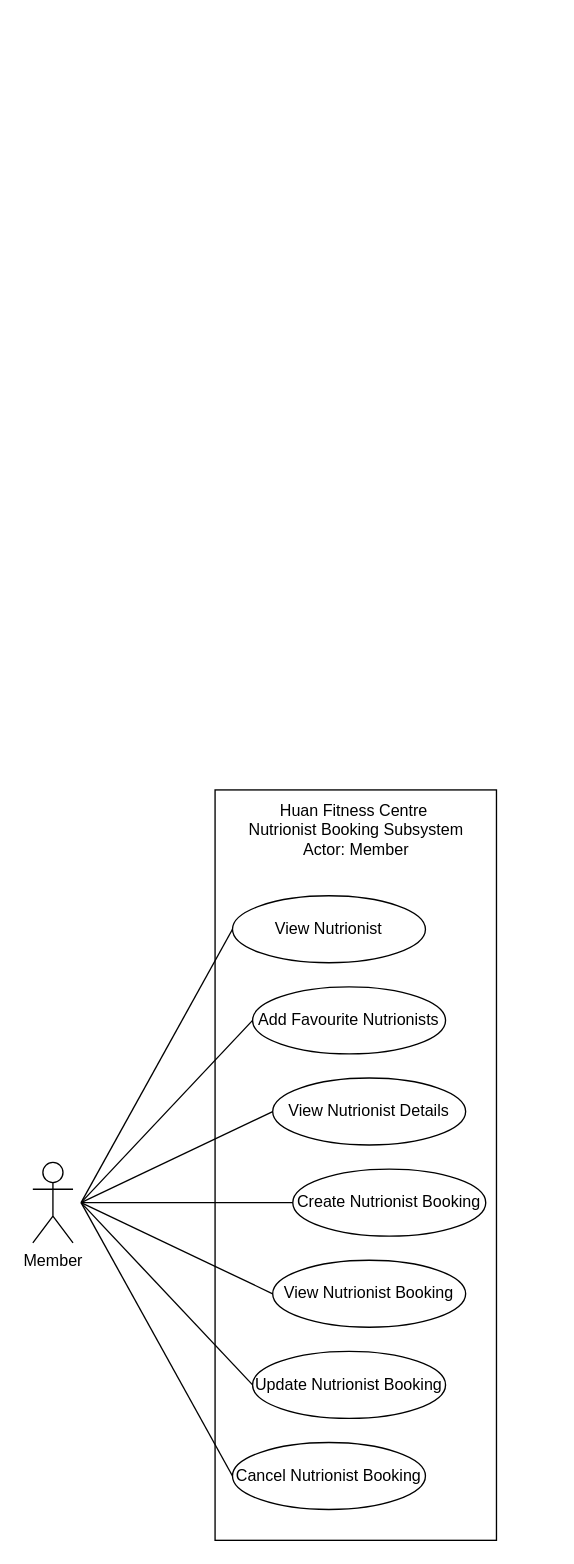
Before: page "Nutrionist Booking" (14 of 18) of diagrams/Use Case Diagram.drawio in iZ86/DIT2153WD, a draw.io diagram. Source tidied: cells renumbered, new cells numbered last; positions are measured from the earlier drawing's top-left corner, leaving out a move shared by most shapes. Both pictures are drawn from the tidied source at 134%, with x=0, y=0 at pixel (32, 789).
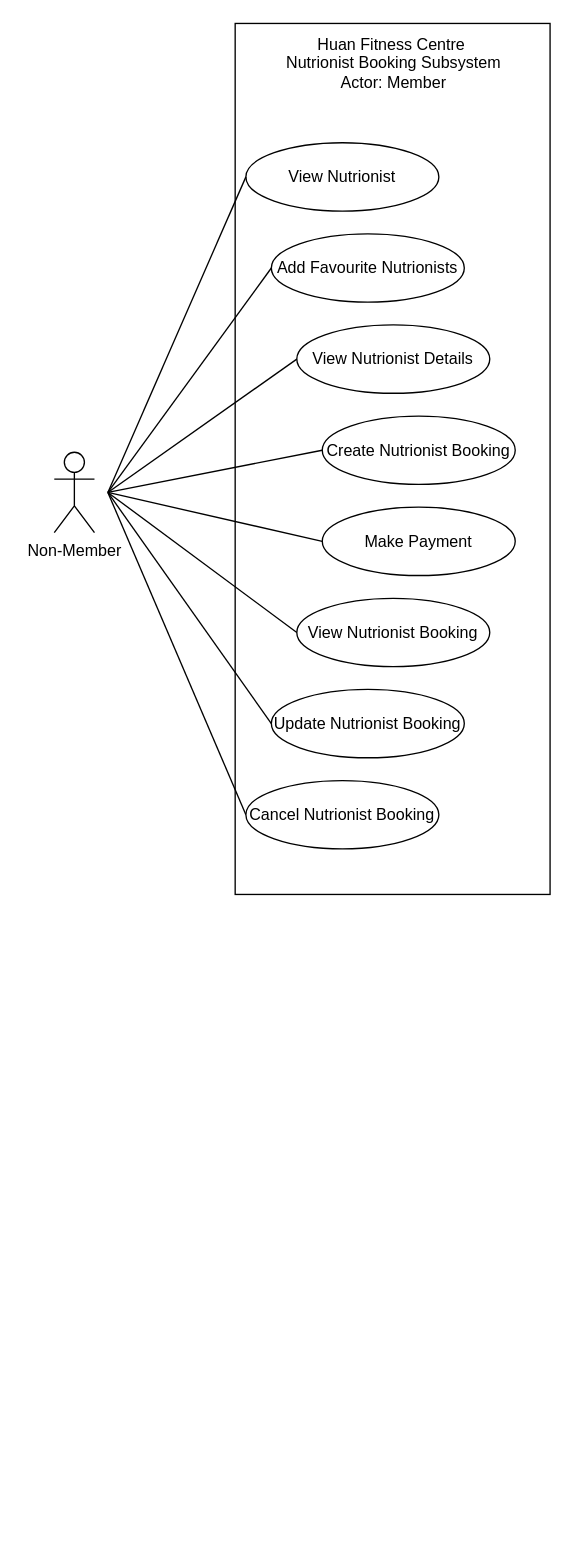
After the change.

Commit message:
Add Make Payment to Nutrionist Booking Subsystem

What changed in the source:
```diff
@@
-    <mxCell id="2" style="rounded=0;whiteSpace=wrap;html=1;" parent="1" vertex="1">
-      <mxGeometry x="136" width="210" height="560" as="geometry" />
-    </mxCell>
+    <mxCell id="19" style="rounded=0;whiteSpace=wrap;html=1;" parent="1" vertex="1">
+      <mxGeometry x="151" y="-572" width="235" height="650" as="geometry" />
+    </mxCell>
+    <mxCell id="17" value="View Nutrionist" style="ellipse;whiteSpace=wrap;html=1;" parent="1" vertex="1">
+      <mxGeometry x="159" y="-483" width="144" height="51" as="geometry" />
+    </mxCell>
+    <mxCell id="20" style="rounded=0;jettySize=auto;html=1;endArrow=none;endFill=0;exitX=0;exitY=0.5;exitDx=0;exitDy=0;" parent="1" edge="1" source="18">
+      <mxGeometry relative="1" as="geometry">
+        <mxPoint x="56" y="-222" as="targetPoint" />
+      </mxGeometry>
+    </mxCell>
+    <mxCell id="18" value="Add Favourite Nutrionists" style="ellipse;whiteSpace=wrap;html=1;" parent="1" vertex="1">
+      <mxGeometry x="178" y="-415" width="144" height="51" as="geometry" />
+    </mxCell>
     <mxCell id="3" value="View Nutrionist Details" style="ellipse;whiteSpace=wrap;html=1;" parent="1" vertex="1">
-      <mxGeometry x="179" y="215" width="144" height="50" as="geometry" />
+      <mxGeometry x="197" y="-347" width="144" height="51" as="geometry" />
     </mxCell>
-    <mxCell id="4" value="Create Nutrionist Booking" style="ellipse;whiteSpace=wrap;html=1;" parent="1" vertex="1">
-      <mxGeometry x="194" y="283" width="144" height="50" as="geometry" />
-    </mxCell>
+    <mxCell id="21" style="rounded=0;jettySize=auto;html=1;endArrow=none;endFill=0;exitX=0;exitY=0.5;exitDx=0;exitDy=0;" parent="1" edge="1" source="7">
+      <mxGeometry relative="1" as="geometry">
+        <mxPoint x="56" y="-222" as="targetPoint" />
+      </mxGeometry>
+    </mxCell>
+    <mxCell id="7" value="Update Nutrionist Booking" style="ellipse;whiteSpace=wrap;html=1;" parent="1" vertex="1">
+      <mxGeometry x="178" y="-75" width="144" height="51" as="geometry" />
+    </mxCell>
     <mxCell id="5" value="View Nutrionist Booking" style="ellipse;whiteSpace=wrap;html=1;" parent="1" vertex="1">
-      <mxGeometry x="179" y="351" width="144" height="50" as="geometry" />
+      <mxGeometry x="197" y="-143" width="144" height="51" as="geometry" />
     </mxCell>
     <mxCell id="6" value="&lt;div&gt;Huan Fitness Centre&amp;nbsp;&lt;/div&gt;&lt;div&gt;Nutrionist Booking Subsystem&lt;/div&gt;&lt;div&gt;Actor: Member&lt;br&gt;&lt;/div&gt;" style="text;html=1;align=center;verticalAlign=middle;strokeColor=none;fillColor=none;" parent="1" vertex="1">
-      <mxGeometry x="151" width="180" height="60" as="geometry" />
+      <mxGeometry x="179" y="-572" width="180" height="60" as="geometry" />
     </mxCell>
-    <mxCell id="7" value="Update Nutrionist Booking" style="ellipse;whiteSpace=wrap;html=1;" parent="1" vertex="1">
-      <mxGeometry x="164" y="419" width="144" height="50" as="geometry" />
-    </mxCell>
+    <mxCell id="4" value="Create Nutrionist Booking" style="ellipse;whiteSpace=wrap;html=1;" parent="1" vertex="1">
+      <mxGeometry x="216" y="-279" width="144" height="51" as="geometry" />
+    </mxCell>
+    <mxCell id="22" style="rounded=0;jettySize=auto;html=1;endArrow=none;endFill=0;exitX=0;exitY=0.5;exitDx=0;exitDy=0;" parent="1" edge="1" source="23">
+      <mxGeometry relative="1" as="geometry">
+        <mxPoint x="56" y="-222" as="targetPoint" />
+      </mxGeometry>
+    </mxCell>
+    <mxCell id="23" value="Make Payment" style="ellipse;whiteSpace=wrap;html=1;" parent="1" vertex="1">
+      <mxGeometry x="216" y="-211" width="144" height="51" as="geometry" />
+    </mxCell>
+    <mxCell id="24" style="rounded=0;jettySize=auto;html=1;entryX=0;entryY=0.5;entryDx=0;entryDy=0;endArrow=none;endFill=0;" parent="1" edge="1" target="17">
+      <mxGeometry relative="1" as="geometry">
+        <mxPoint x="56" y="-222" as="sourcePoint" />
+      </mxGeometry>
+    </mxCell>
+    <mxCell id="25" style="rounded=0;jettySize=auto;html=1;entryX=0;entryY=0.5;entryDx=0;entryDy=0;endArrow=none;endFill=0;" parent="1" edge="1" target="3">
+      <mxGeometry relative="1" as="geometry">
+        <mxPoint x="56" y="-222" as="sourcePoint" />
+      </mxGeometry>
+    </mxCell>
+    <mxCell id="26" style="rounded=0;jettySize=auto;html=1;entryX=0;entryY=0.5;entryDx=0;entryDy=0;endArrow=none;endFill=0;" parent="1" edge="1" target="4">
+      <mxGeometry relative="1" as="geometry">
+        <mxPoint x="56" y="-222" as="sourcePoint" />
+      </mxGeometry>
+    </mxCell>
+    <mxCell id="27" style="rounded=0;jettySize=auto;html=1;entryX=0;entryY=0.5;entryDx=0;entryDy=0;endArrow=none;endFill=0;" parent="1" edge="1" target="5">
+      <mxGeometry relative="1" as="geometry">
+        <mxPoint x="56" y="-222" as="sourcePoint" />
+      </mxGeometry>
+    </mxCell>
+    <mxCell id="28" value="Non-Member" style="shape=umlActor;verticalLabelPosition=bottom;verticalAlign=top;html=1;" parent="1" vertex="1">
+      <mxGeometry x="16" y="-252" width="30" height="60" as="geometry" />
+    </mxCell>
+    <mxCell id="29" style="rounded=0;jettySize=auto;html=1;endArrow=none;endFill=0;exitX=0;exitY=0.5;exitDx=0;exitDy=0;" parent="1" edge="1" source="8">
+      <mxGeometry relative="1" as="geometry">
+        <mxPoint x="56" y="-222" as="targetPoint" />
+      </mxGeometry>
+    </mxCell>
     <mxCell id="8" value="Cancel Nutrionist Booking" style="ellipse;whiteSpace=wrap;html=1;" parent="1" vertex="1">
-      <mxGeometry x="149" y="487" width="144" height="50" as="geometry" />
+      <mxGeometry x="159" y="-7" width="144" height="51" as="geometry" />
     </mxCell>
-    <mxCell id="9" style="rounded=0;jettySize=auto;html=1;entryX=0;entryY=0.5;entryDx=0;entryDy=0;endArrow=none;endFill=0;" parent="1" edge="1" target="3">
-      <mxGeometry relative="1" as="geometry">
-        <mxPoint x="36" y="308" as="sourcePoint" />
-      </mxGeometry>
-    </mxCell>
-    <mxCell id="10" style="rounded=0;jettySize=auto;html=1;entryX=0;entryY=0.5;entryDx=0;entryDy=0;endArrow=none;endFill=0;" parent="1" edge="1" target="4">
-      <mxGeometry relative="1" as="geometry">
-        <mxPoint x="36" y="308" as="sourcePoint" />
-      </mxGeometry>
-    </mxCell>
-    <mxCell id="11" style="rounded=0;jettySize=auto;html=1;entryX=0;entryY=0.5;entryDx=0;entryDy=0;endArrow=none;endFill=0;" parent="1" edge="1" target="5">
-      <mxGeometry relative="1" as="geometry">
-        <mxPoint x="36" y="308" as="sourcePoint" />
-      </mxGeometry>
-    </mxCell>
-    <mxCell id="12" style="rounded=0;jettySize=auto;html=1;entryX=0;entryY=0.5;entryDx=0;entryDy=0;endArrow=none;endFill=0;" parent="1" edge="1" target="7">
-      <mxGeometry relative="1" as="geometry">
-        <mxPoint x="36" y="308" as="sourcePoint" />
-      </mxGeometry>
-    </mxCell>
-    <mxCell id="13" style="rounded=0;jettySize=auto;html=1;entryX=0;entryY=0.5;entryDx=0;entryDy=0;endArrow=none;endFill=0;" parent="1" edge="1" target="8">
-      <mxGeometry relative="1" as="geometry">
-        <mxPoint x="36" y="308" as="sourcePoint" />
-      </mxGeometry>
-    </mxCell>
-    <mxCell id="14" style="rounded=0;jettySize=auto;html=1;entryX=0;entryY=0.5;entryDx=0;entryDy=0;endArrow=none;endFill=0;" parent="1" edge="1" target="17">
-      <mxGeometry relative="1" as="geometry">
-        <mxPoint x="36" y="308" as="sourcePoint" />
-      </mxGeometry>
-    </mxCell>
-    <mxCell id="15" style="rounded=0;jettySize=auto;html=1;entryX=0;entryY=0.5;entryDx=0;entryDy=0;endArrow=none;endFill=0;" parent="1" edge="1" target="18">
-      <mxGeometry relative="1" as="geometry">
-        <mxPoint x="36" y="308" as="sourcePoint" />
-      </mxGeometry>
-    </mxCell>
-    <mxCell id="16" value="Member" style="shape=umlActor;verticalLabelPosition=bottom;verticalAlign=top;html=1;" parent="1" vertex="1">
-      <mxGeometry y="278" width="30" height="60" as="geometry" />
-    </mxCell>
-    <mxCell id="17" value="View Nutrionist" style="ellipse;whiteSpace=wrap;html=1;" parent="1" vertex="1">
-      <mxGeometry x="149" y="79" width="144" height="50" as="geometry" />
-    </mxCell>
-    <mxCell id="18" value="Add Favourite Nutrionists" style="ellipse;whiteSpace=wrap;html=1;" parent="1" vertex="1">
-      <mxGeometry x="164" y="147" width="144" height="50" as="geometry" />
-    </mxCell>
```
